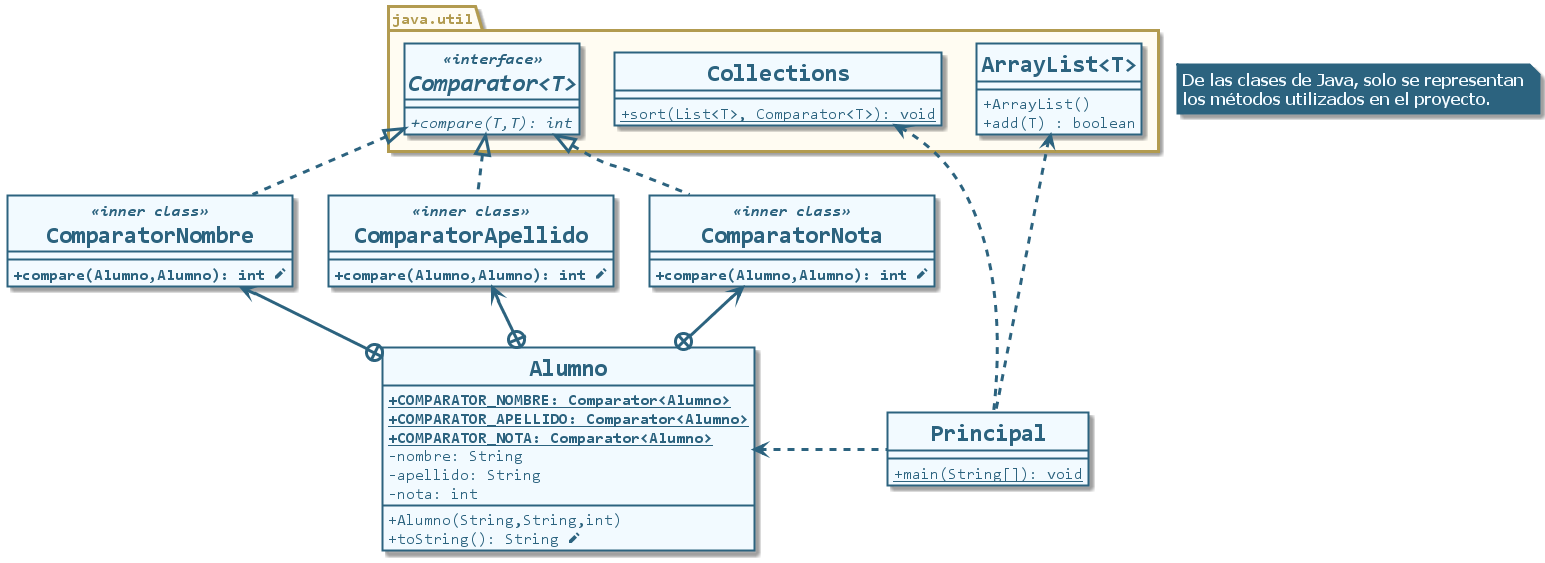
This is build/classes/uml/clases-comparator-java.png from CharlyCimino/comparator-java, a PlantUML export, as it was before one commit.
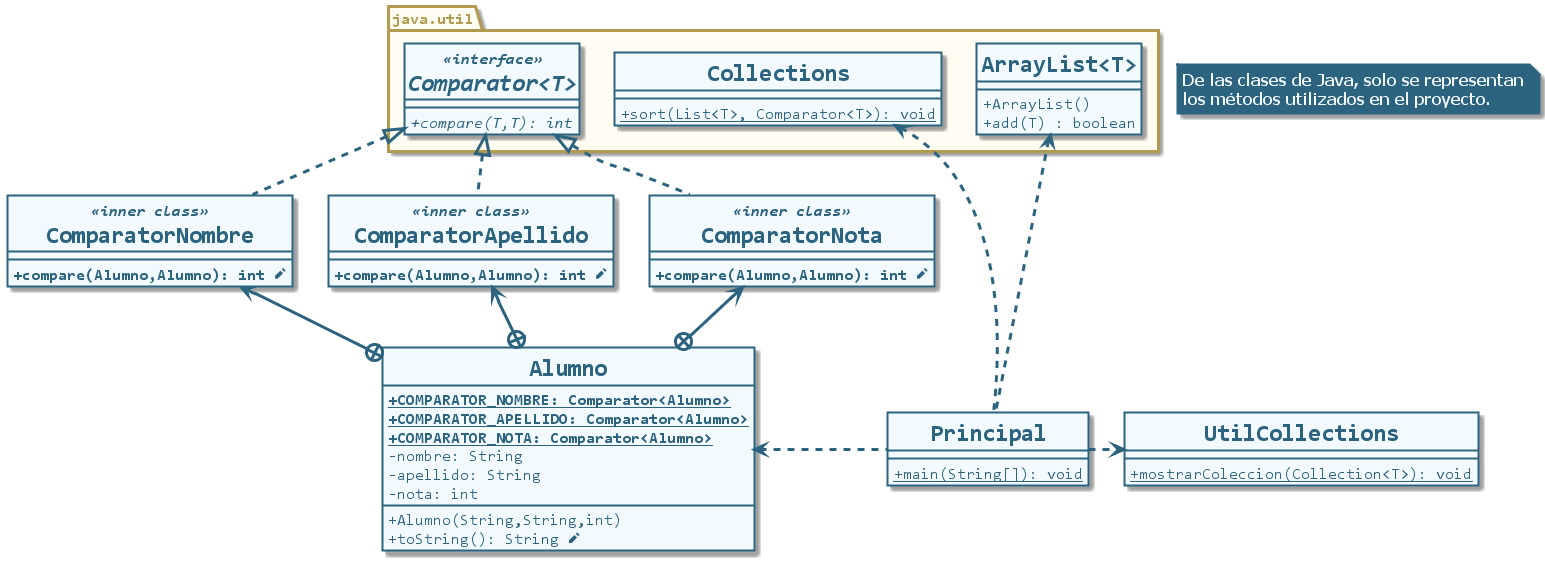
After the change.

Commit message:
Agregado UtilCollections al UML

Diff of the diagram source:
```diff
@@ -27,6 +27,11 @@
     + toString(): String <&pencil>
 }
 
+class UtilCollections {
+    {static} + mostrarColeccion(Collection<T>): void
+}
+
+
 
 together {
     class ComparatorNombre <<inner class>>{
@@ -53,4 +58,5 @@
 Principal .left.> Alumno
 Principal .left.> Collections
 Principal .up.> ArrayList
+Principal .right.> UtilCollections
 @enduml
```
